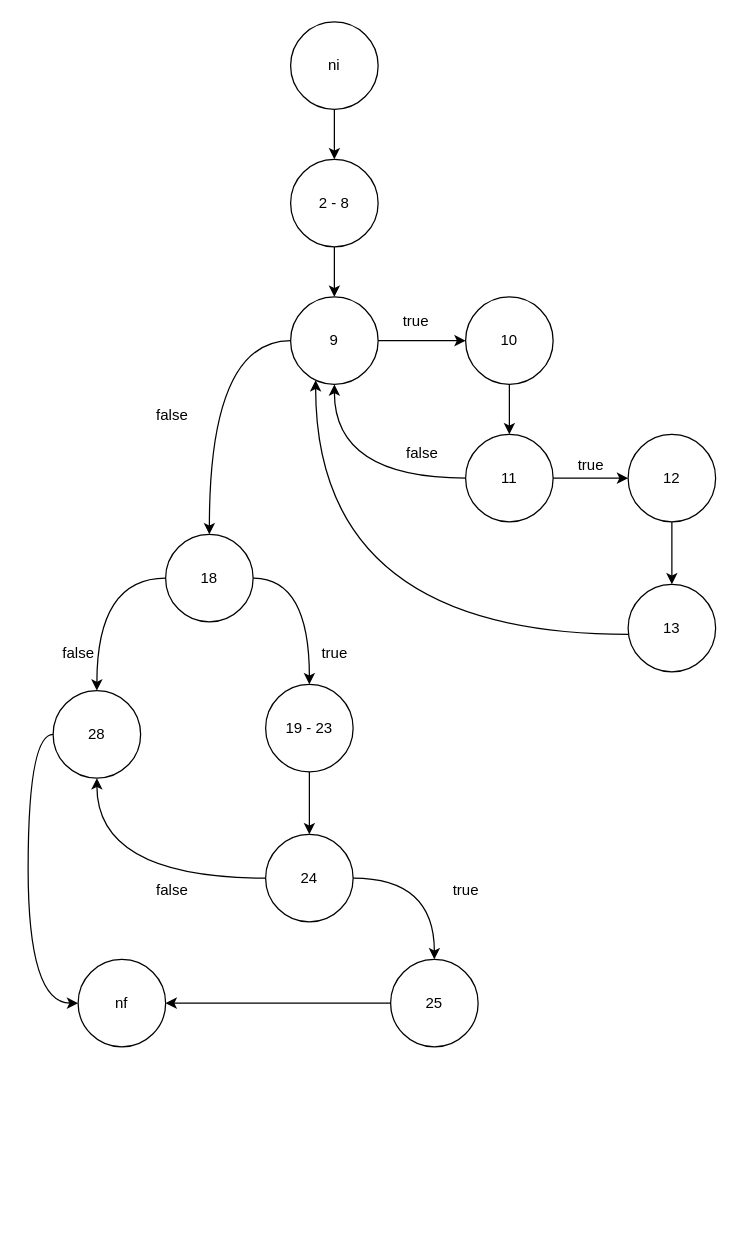
This is grafi_dei_flussi_di_controllo/grafo4_sql.drawio from CristianCarrella/Ratatouille23, a draw.io file, before an edit. Source tidied: cells renumbered, new cells numbered last; positions are measured from the earlier drawing's top-left corner, leaving out a move shared by most shapes. Both pictures are drawn from the tidied source at 125%, with x=0, y=0 at pixel (28, 21).
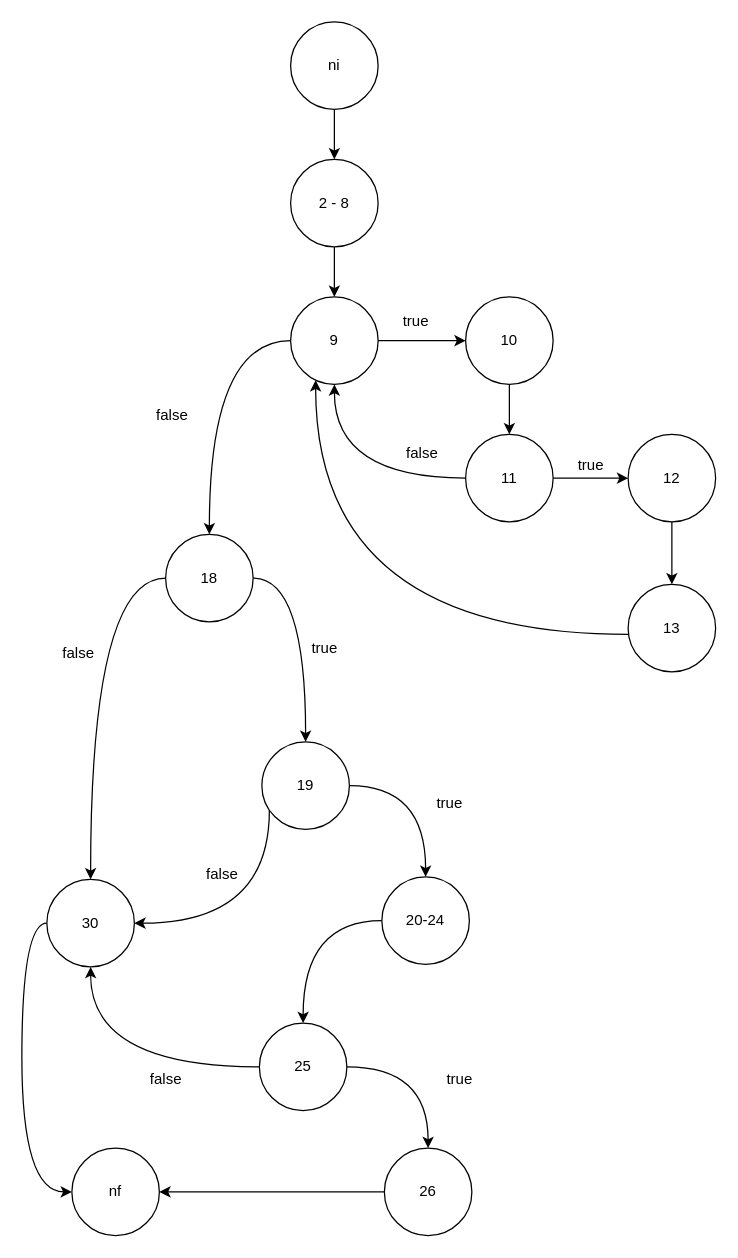
Above is the later version.

The change refers to these unchanged cells:
```xml
<mxCell id="20" value="18" style="ellipse;whiteSpace=wrap;html=1;" parent="1" vertex="1">
  <mxGeometry x="110" y="410" width="70" height="70" as="geometry" />
</mxCell>
```

What changed in the source:
```diff
@@
-    <mxCell id="18" style="edgeStyle=orthogonalEdgeStyle;curved=1;jettySize=auto;html=1;" parent="1" edge="1" source="20" target="22">
+    <mxCell id="18" style="edgeStyle=orthogonalEdgeStyle;curved=1;jettySize=auto;html=1;" parent="1" edge="1" source="20" target="41">
       <mxGeometry relative="1" as="geometry" />
     </mxCell>
@@
-    <mxCell id="22" value="19 - 23" style="ellipse;whiteSpace=wrap;html=1;" parent="1" vertex="1">
-      <mxGeometry x="190" y="530" width="70" height="70" as="geometry" />
+    <mxCell id="22" value="20-24" style="ellipse;whiteSpace=wrap;html=1;" parent="1" vertex="1">
+      <mxGeometry x="283" y="684" width="70" height="70" as="geometry" />
     </mxCell>
@@
-    <mxCell id="25" value="24" style="ellipse;whiteSpace=wrap;html=1;" parent="1" vertex="1">
-      <mxGeometry x="190" y="650" width="70" height="70" as="geometry" />
+    <mxCell id="25" value="25" style="ellipse;whiteSpace=wrap;html=1;" parent="1" vertex="1">
+      <mxGeometry x="185" y="801" width="70" height="70" as="geometry" />
     </mxCell>
@@
-    <mxCell id="27" value="25" style="ellipse;whiteSpace=wrap;html=1;" parent="1" vertex="1">
-      <mxGeometry x="290" y="750" width="70" height="70" as="geometry" />
+    <mxCell id="27" value="26" style="ellipse;whiteSpace=wrap;html=1;" parent="1" vertex="1">
+      <mxGeometry x="285" y="901" width="70" height="70" as="geometry" />
     </mxCell>
     <mxCell id="28" style="edgeStyle=orthogonalEdgeStyle;curved=1;jettySize=auto;html=1;" parent="1" edge="1" source="29" target="38">
       <mxGeometry relative="1" as="geometry">
         <Array as="points">
-          <mxPoint y="570" />
-          <mxPoint y="785" />
+          <mxPoint x="-5" y="721" />
+          <mxPoint x="-5" y="936" />
         </Array>
       </mxGeometry>
     </mxCell>
-    <mxCell id="29" value="28" style="ellipse;whiteSpace=wrap;html=1;" parent="1" vertex="1">
-      <mxGeometry x="20" y="535" width="70" height="70" as="geometry" />
+    <mxCell id="29" value="30" style="ellipse;whiteSpace=wrap;html=1;" parent="1" vertex="1">
+      <mxGeometry x="15" y="686" width="70" height="70" as="geometry" />
     </mxCell>
@@
     <mxCell id="34" value="true" style="text;html=1;align=center;verticalAlign=middle;strokeColor=none;fillColor=none;" parent="1" vertex="1">
-      <mxGeometry x="225" y="490" width="40" height="30" as="geometry" />
+      <mxGeometry x="217" y="486" width="40" height="30" as="geometry" />
     </mxCell>
@@
     <mxCell id="36" value="true" style="text;html=1;align=center;verticalAlign=middle;strokeColor=none;fillColor=none;" parent="1" vertex="1">
-      <mxGeometry x="330" y="680" width="40" height="30" as="geometry" />
+      <mxGeometry x="325" y="831" width="40" height="30" as="geometry" />
     </mxCell>
     <mxCell id="37" value="false" style="text;html=1;align=center;verticalAlign=middle;strokeColor=none;fillColor=none;" parent="1" vertex="1">
-      <mxGeometry x="90" y="680" width="50" height="30" as="geometry" />
+      <mxGeometry x="85" y="831" width="50" height="30" as="geometry" />
     </mxCell>
     <mxCell id="38" value="nf" style="ellipse;whiteSpace=wrap;html=1;" parent="1" vertex="1">
-      <mxGeometry x="40" y="750" width="70" height="70" as="geometry" />
+      <mxGeometry x="35" y="901" width="70" height="70" as="geometry" />
     </mxCell>
+    <mxCell id="39" style="edgeStyle=orthogonalEdgeStyle;jettySize=auto;html=1;curved=1;" parent="1" edge="1" source="41" target="22">
+      <mxGeometry relative="1" as="geometry" />
+    </mxCell>
+    <mxCell id="40" style="edgeStyle=orthogonalEdgeStyle;curved=1;jettySize=auto;html=1;" parent="1" edge="1" source="41" target="29">
+      <mxGeometry relative="1" as="geometry">
+        <Array as="points">
+          <mxPoint x="193" y="721" />
+        </Array>
+      </mxGeometry>
+    </mxCell>
+    <mxCell id="41" value="19" style="ellipse;whiteSpace=wrap;html=1;" parent="1" vertex="1">
+      <mxGeometry x="187" y="576" width="70" height="70" as="geometry" />
+    </mxCell>
+    <mxCell id="42" value="true" style="text;html=1;align=center;verticalAlign=middle;strokeColor=none;fillColor=none;" parent="1" vertex="1">
+      <mxGeometry x="317" y="610" width="40" height="30" as="geometry" />
+    </mxCell>
+    <mxCell id="43" value="false" style="text;html=1;align=center;verticalAlign=middle;strokeColor=none;fillColor=none;" parent="1" vertex="1">
+      <mxGeometry x="130" y="667" width="50" height="30" as="geometry" />
+    </mxCell>
```
